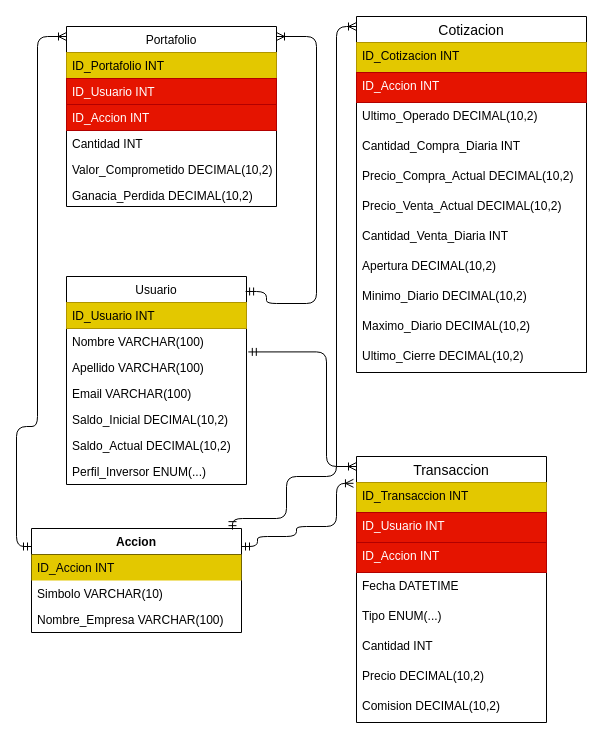
Earlier version of the draw.io diagram base_de_datos/proyecto.drawio (ispc-team-13/argBrokerDemo). Source tidied: cells renumbered, new cells numbered last; positions are measured from the earlier drawing's top-left corner, leaving out a move shared by most shapes. Both pictures are drawn from the tidied source at 100%, with x=0, y=0 at pixel (16, 16).
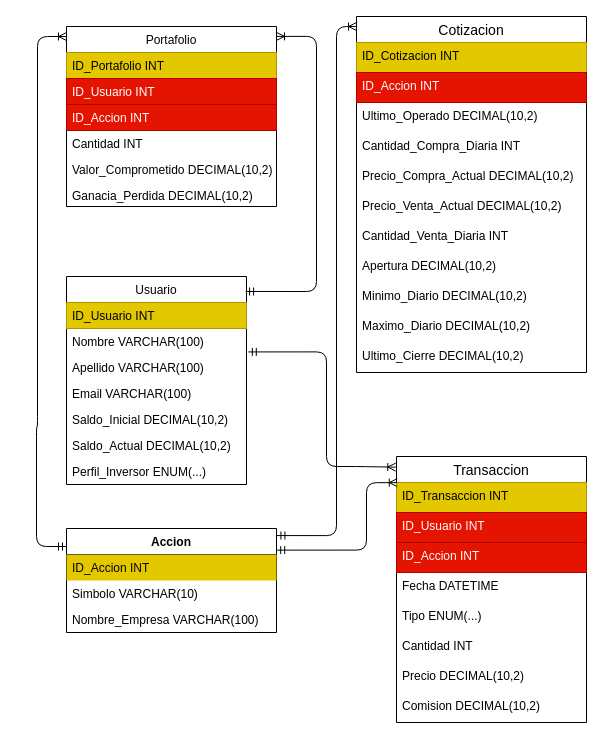
The same page after the edit.

Commit message:
Ajuste flechas relaciones

The change refers to these unchanged cells:
```xml
<mxCell id="2" value="Portafolio" style="swimlane;fontStyle=0;horizontal=1;startSize=26;fillColor=default;" parent="1" vertex="1">
  <mxGeometry x="50" y="10" width="210" height="180" as="geometry" />
</mxCell>
<mxCell id="9" value="Usuario" style="swimlane;fontStyle=0;horizontal=1;startSize=26;fillColor=default;direction=east;" parent="1" vertex="1">
  <mxGeometry x="50" y="260" width="180" height="208" as="geometry" />
</mxCell>
<mxCell id="11" value="Nombre VARCHAR(100)" style="text;strokeColor=none;fillColor=none;align=left;verticalAlign=top;spacingLeft=4;spacingRight=4;overflow=hidden;points=[[0,0.5],[1,0.5]];portConstraint=eastwest;" parent="9" vertex="1">
  <mxGeometry y="52" width="180" height="26" as="geometry" />
</mxCell>
<mxCell id="31" value="ID_Transaccion INT" style="text;strokeColor=#B09500;fillColor=#e3c800;spacingLeft=4;spacingRight=4;overflow=hidden;points=[[0,0.5],[1,0.5]];portConstraint=eastwest;fontSize=12;fontColor=#000000;" parent="30" vertex="1">
  <mxGeometry y="26" width="190" height="30" as="geometry" />
</mxCell>
```

What changed in the source:
```diff
@@
-    <mxCell id="17" style="edgeStyle=orthogonalEdgeStyle;fontSize=12;html=1;endArrow=ERoneToMany;startArrow=ERmandOne;exitX=0.995;exitY=0.072;exitDx=0;exitDy=0;exitPerimeter=0;" parent="1" edge="1" source="9" target="2">
+    <mxCell id="17" style="edgeStyle=orthogonalEdgeStyle;fontSize=12;html=1;endArrow=ERoneToMany;startArrow=ERmandOne;exitX=0.995;exitY=0.072;exitDx=0;exitDy=0;exitPerimeter=0;entryX=1;entryY=0.055;entryDx=0;entryDy=0;entryPerimeter=0;" parent="1" edge="1" source="9" target="2">
       <mxGeometry relative="1" as="geometry">
         <Array as="points">
-          <mxPoint x="250" y="275" />
-          <mxPoint x="250" y="287" />
-          <mxPoint x="300" y="287" />
+          <mxPoint x="300" y="275" />
           <mxPoint x="300" y="20" />
         </Array>
       </mxGeometry>
     </mxCell>
@@
     <mxCell id="30" value="Transaccion" style="swimlane;fontStyle=0;horizontal=1;startSize=26;align=center;fontSize=14;fillColor=default;" parent="1" vertex="1">
-      <mxGeometry x="340" y="440" width="190" height="266" as="geometry" />
+      <mxGeometry x="380" y="440" width="190" height="266" as="geometry" />
     </mxCell>
@@
-    <mxCell id="39" style="fontSize=12;html=1;endArrow=ERoneToMany;startArrow=ERmandOne;edgeStyle=orthogonalEdgeStyle;exitX=1.01;exitY=0.901;exitDx=0;exitDy=0;exitPerimeter=0;" parent="1" edge="1" source="11">
+    <mxCell id="39" style="fontSize=12;html=1;endArrow=ERoneToMany;startArrow=ERmandOne;edgeStyle=orthogonalEdgeStyle;exitX=1.01;exitY=0.901;exitDx=0;exitDy=0;exitPerimeter=0;entryX=-0.004;entryY=0.04;entryDx=0;entryDy=0;entryPerimeter=0;" parent="1" edge="1" source="11" target="30">
       <mxGeometry relative="1" as="geometry">
-        <mxPoint x="340" y="450" as="targetPoint" />
         <Array as="points">
           <mxPoint x="310" y="335" />
           <mxPoint x="310" y="450" />
           <mxPoint x="339" y="450" />
         </Array>
       </mxGeometry>
     </mxCell>
     <mxCell id="40" value="Accion" style="swimlane;fontStyle=1;align=center;verticalAlign=top;horizontal=1;startSize=26;" parent="1" vertex="1">
-      <mxGeometry x="15" y="512" width="210" height="104" as="geometry" />
+      <mxGeometry x="50" y="512" width="210" height="104" as="geometry" />
     </mxCell>
@@
-    <mxCell id="44" style="fontSize=12;html=1;endArrow=ERoneToMany;startArrow=ERmandOne;edgeStyle=orthogonalEdgeStyle;entryX=-0.016;entryY=0.027;entryDx=0;entryDy=0;entryPerimeter=0;" parent="1" edge="1" source="40" target="31">
+    <mxCell id="44" style="fontSize=12;html=1;endArrow=ERoneToMany;startArrow=ERmandOne;edgeStyle=orthogonalEdgeStyle;entryX=0.004;entryY=0.005;entryDx=0;entryDy=0;entryPerimeter=0;exitX=1.001;exitY=0.208;exitDx=0;exitDy=0;exitPerimeter=0;" parent="1" edge="1" source="40" target="31">
       <mxGeometry relative="1" as="geometry">
         <Array as="points">
-          <mxPoint x="241" y="530" />
-          <mxPoint x="241" y="520" />
-          <mxPoint x="280" y="520" />
-          <mxPoint x="280" y="510" />
-          <mxPoint x="320" y="510" />
-          <mxPoint x="320" y="467" />
+          <mxPoint x="350" y="534" />
+          <mxPoint x="350" y="466" />
         </Array>
       </mxGeometry>
     </mxCell>
     <mxCell id="45" style="fontSize=12;html=1;endArrow=ERoneToMany;startArrow=ERmandOne;edgeStyle=orthogonalEdgeStyle;" parent="1" edge="1" source="40">
       <mxGeometry relative="1" as="geometry">
         <mxPoint x="50" y="20" as="targetPoint" />
         <Array as="points">
-          <mxPoint y="530" />
-          <mxPoint y="410" />
+          <mxPoint x="20" y="530" />
+          <mxPoint x="20" y="410" />
           <mxPoint x="21" y="410" />
           <mxPoint x="21" y="20" />
-          <mxPoint x="50" y="20" />
         </Array>
       </mxGeometry>
     </mxCell>
-    <mxCell id="46" style="fontSize=12;html=1;endArrow=ERoneToMany;startArrow=ERmandOne;edgeStyle=orthogonalEdgeStyle;exitX=0.957;exitY=0.011;exitDx=0;exitDy=0;exitPerimeter=0;" parent="1" edge="1" source="40">
+    <mxCell id="46" style="fontSize=12;html=1;endArrow=ERoneToMany;startArrow=ERmandOne;edgeStyle=orthogonalEdgeStyle;exitX=1.002;exitY=0.068;exitDx=0;exitDy=0;exitPerimeter=0;" parent="1" edge="1" source="40">
       <mxGeometry relative="1" as="geometry">
         <mxPoint x="340" y="10" as="targetPoint" />
         <Array as="points">
-          <mxPoint x="216" y="502" />
-          <mxPoint x="270" y="502" />
-          <mxPoint x="270" y="460" />
-          <mxPoint x="320" y="460" />
+          <mxPoint x="320" y="519" />
           <mxPoint x="320" y="10" />
-          <mxPoint x="340" y="10" />
         </Array>
       </mxGeometry>
     </mxCell>
```
